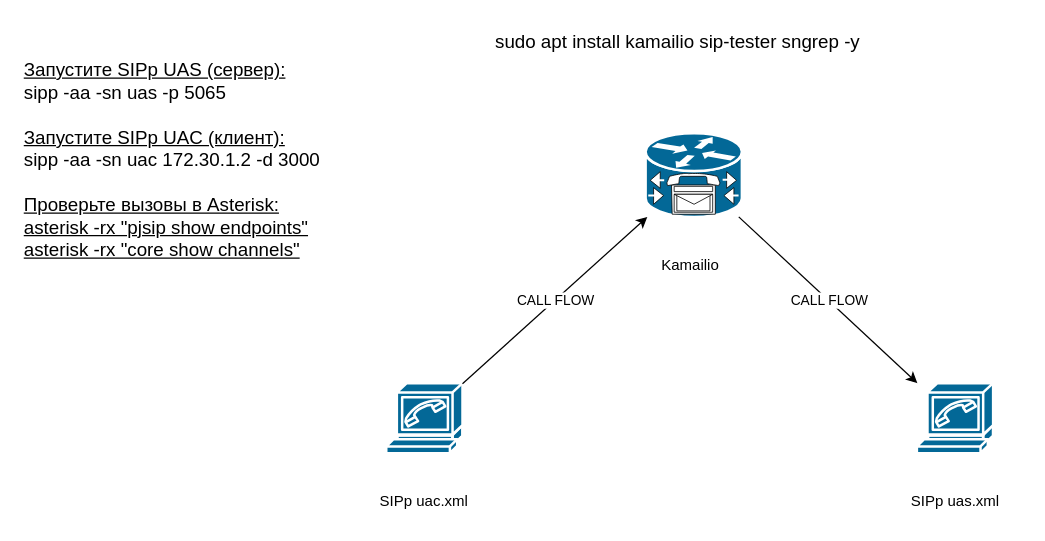
The draw.io diagram LAB1.1-2xSIPp-1xKamailio.drawio in sysadminlab/voip, before the edit. Source tidied: cells renumbered, new cells numbered last; positions are measured from the earlier drawing's top-left corner, leaving out a move shared by most shapes. Both pictures are drawn from the tidied source at 125%, with x=0, y=0 at pixel (21, 21).
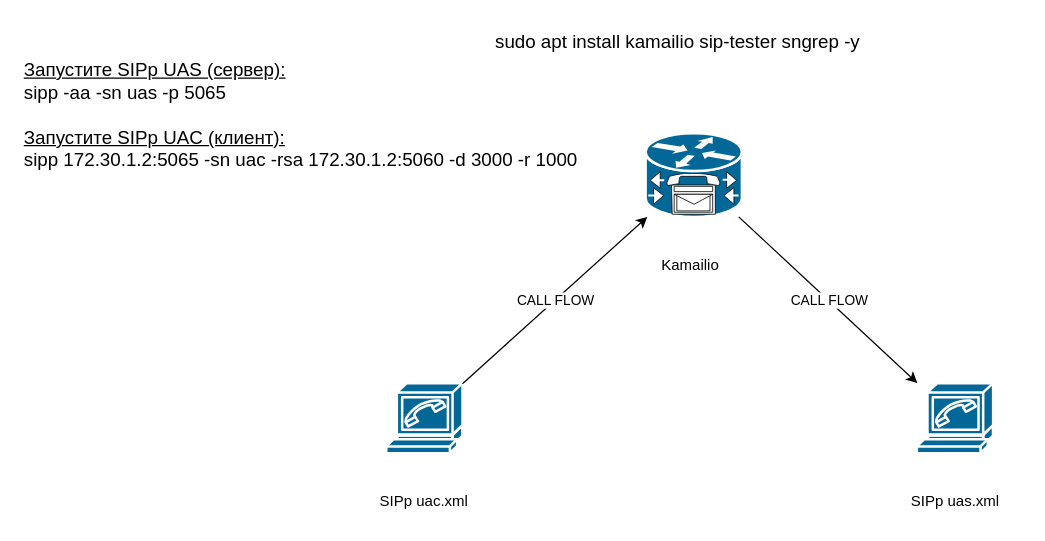
Above is the later version.

Change to the diagram source:
```diff
@@
 <mxGraphModel>
   <root>
     <mxCell id="0" />
     <mxCell id="1" parent="0" />
     <mxCell id="2" value="SIPp uac.xml" style="text;strokeColor=none;align=center;fillColor=none;html=1;verticalAlign=middle;whiteSpace=wrap;rounded=0;" parent="1" vertex="1">
       <mxGeometry x="267" y="369" width="110" height="30" as="geometry" />
     </mxCell>
     <mxCell id="3" value="SIPp uas.xml" style="text;strokeColor=none;align=center;fillColor=none;html=1;verticalAlign=middle;whiteSpace=wrap;rounded=0;" parent="1" vertex="1">
       <mxGeometry x="691.5" y="369" width="110" height="30" as="geometry" />
     </mxCell>
     <mxCell id="4" style="shape=mxgraph.cisco.modems_and_phones.softphone;sketch=0;html=1;dashed=0;fillColor=#036897;strokeColor=#ffffff;strokeWidth=2;verticalLabelPosition=bottom;verticalAlign=top;align=center;outlineConnect=0;" parent="1" vertex="1">
       <mxGeometry x="716" y="289" width="61" height="56" as="geometry" />
     </mxCell>
     <mxCell id="5" style="shape=mxgraph.cisco.modems_and_phones.softphone;sketch=0;html=1;dashed=0;fillColor=#036897;strokeColor=#ffffff;strokeWidth=2;verticalLabelPosition=bottom;verticalAlign=top;align=center;outlineConnect=0;" parent="1" vertex="1">
       <mxGeometry x="291.5" y="289" width="61" height="56" as="geometry" />
     </mxCell>
     <mxCell id="6" style="shape=mxgraph.cisco.misc.cisco_unity_express;sketch=0;html=1;dashed=0;fillColor=#036897;strokeColor=#ffffff;strokeWidth=2;verticalLabelPosition=bottom;verticalAlign=top;align=center;outlineConnect=0;" parent="1" vertex="1">
       <mxGeometry x="499" y="89" width="77" height="67" as="geometry" />
     </mxCell>
     <mxCell id="7" style="endArrow=classic;html=1;rounded=0;" parent="1" edge="1" source="5" target="6">
       <mxGeometry relative="1" as="geometry" />
     </mxCell>
     <mxCell id="8" value="CALL FLOW" style="edgeLabel;html=1;align=center;verticalAlign=middle;" parent="7" vertex="1">
       <mxGeometry relative="1" as="geometry" />
     </mxCell>
     <mxCell id="9" style="endArrow=classic;html=1;rounded=0;" parent="1" edge="1" source="6" target="4">
       <mxGeometry relative="1" as="geometry" />
     </mxCell>
     <mxCell id="10" value="CALL FLOW" style="edgeLabel;html=1;align=center;verticalAlign=middle;" parent="9" vertex="1">
       <mxGeometry relative="1" as="geometry" />
     </mxCell>
     <mxCell id="11" value="Kamailio" style="text;strokeColor=none;align=center;fillColor=none;html=1;verticalAlign=middle;whiteSpace=wrap;rounded=0;" parent="1" vertex="1">
       <mxGeometry x="505" y="180" width="60" height="30" as="geometry" />
     </mxCell>
     <mxCell id="12" value="sudo apt install kamailio sip-tester sngrep -y" style="text;whiteSpace=wrap;fontSize=15;" parent="1" vertex="1">
       <mxGeometry x="377" width="310" height="40" as="geometry" />
     </mxCell>
-    <mxCell id="13" value="&lt;u&gt;Запустите SIPp UAS (сервер):&lt;br&gt;&lt;/u&gt;sipp -aa -sn uas -p 5065&lt;br&gt;&lt;u&gt;&lt;br&gt;&lt;/u&gt;&lt;div&gt;&lt;u&gt;Запустите SIPp UAC (клиент):&lt;/u&gt;&lt;/div&gt;&lt;div&gt;sipp -aa -sn uac 172.30.1.2 -d 3000&lt;/div&gt;&lt;u&gt;&lt;br&gt;Проверьте вызовы в Asterisk:&lt;br&gt;asterisk -rx &quot;pjsip show endpoints&quot;&lt;br&gt;asterisk -rx &quot;core show channels&quot;&lt;/u&gt;" style="text;whiteSpace=wrap;html=1;fontSize=15;" parent="1" vertex="1">
-      <mxGeometry y="23" width="340.5" height="187" as="geometry" />
+    <mxCell id="13" value="&lt;u&gt;Запустите SIPp UAS (сервер):&lt;br&gt;&lt;/u&gt;sipp -aa -sn uas -p 5065&lt;br&gt;&lt;u&gt;&lt;br&gt;&lt;/u&gt;&lt;div&gt;&lt;u&gt;Запустите SIPp UAC (клиент):&lt;/u&gt;&lt;/div&gt;&lt;div&gt;sipp 172.30.1.2:5065 -sn uac -rsa 172.30.1.2:5060 -d 3000 -r 1000&lt;/div&gt;&lt;u&gt;&lt;br&gt;&lt;br&gt;&lt;/u&gt;" style="text;whiteSpace=wrap;html=1;fontSize=15;" parent="1" vertex="1">
+      <mxGeometry y="23" width="500" height="187" as="geometry" />
     </mxCell>
   </root>
 </mxGraphModel>
```
